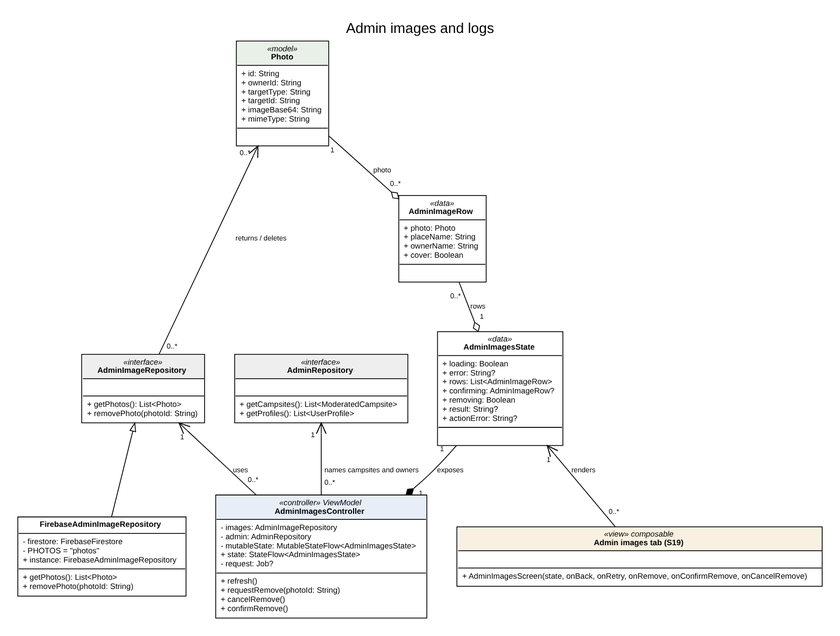
Earlier version of the Graphviz export doc/uml/admin_images_logs.png (CMPUT301F26-legion/legion-events). Its source is kept beside it as doc/uml/admin_images_logs.dot. The source it was exported from:
```dot
digraph G {
  graph [rankdir=BT fontname="Liberation Sans" nodesep=0.5 ranksep=0.7 dpi=110 pad=0.3
         label="Admin images and logs" labelloc=t fontsize=18];
  node  [shape=plain fontname="Liberation Sans" fontsize=10];
  edge  [fontname="Liberation Sans" fontsize=9 labeldistance=1.8 labelangle=35];

  Photo [label=<<TABLE BORDER="1" CELLBORDER="0" CELLSPACING="0" CELLPADDING="4"><TR><TD BGCOLOR="#e8f0e8"><I>«model»</I><BR/><B>Photo</B></TD></TR><TR><TD ALIGN="LEFT" BALIGN="LEFT" SIDES="T" BORDER="1">+ id: String<BR/>+ ownerId: String<BR/>+ targetType: String<BR/>+ targetId: String<BR/>+ imageBase64: String<BR/>+ mimeType: String</TD></TR><TR><TD ALIGN="LEFT" BALIGN="LEFT" SIDES="T" BORDER="1"> </TD></TR></TABLE>>];
  AdminRepository [label=<<TABLE BORDER="1" CELLBORDER="0" CELLSPACING="0" CELLPADDING="4"><TR><TD BGCOLOR="#eeeeee"><I>«interface»</I><BR/><B>AdminRepository</B></TD></TR><TR><TD ALIGN="LEFT" BALIGN="LEFT" SIDES="T" BORDER="1"> </TD></TR><TR><TD ALIGN="LEFT" BALIGN="LEFT" SIDES="T" BORDER="1">+ getCampsites(): List&lt;ModeratedCampsite&gt;<BR/>+ getProfiles(): List&lt;UserProfile&gt;</TD></TR></TABLE>>];
  AdminImageRepository [label=<<TABLE BORDER="1" CELLBORDER="0" CELLSPACING="0" CELLPADDING="4"><TR><TD BGCOLOR="#eeeeee"><I>«interface»</I><BR/><B>AdminImageRepository</B></TD></TR><TR><TD ALIGN="LEFT" BALIGN="LEFT" SIDES="T" BORDER="1"> </TD></TR><TR><TD ALIGN="LEFT" BALIGN="LEFT" SIDES="T" BORDER="1">+ getPhotos(): List&lt;Photo&gt;<BR/>+ removePhoto(photoId: String)</TD></TR></TABLE>>];
  FirebaseAdminImageRepository [label=<<TABLE BORDER="1" CELLBORDER="0" CELLSPACING="0" CELLPADDING="4"><TR><TD><B>FirebaseAdminImageRepository</B></TD></TR><TR><TD ALIGN="LEFT" BALIGN="LEFT" SIDES="T" BORDER="1">- firestore: FirebaseFirestore<BR/>- PHOTOS = "photos"<BR/>+ instance: FirebaseAdminImageRepository</TD></TR><TR><TD ALIGN="LEFT" BALIGN="LEFT" SIDES="T" BORDER="1">+ getPhotos(): List&lt;Photo&gt;<BR/>+ removePhoto(photoId: String)</TD></TR></TABLE>>];
  AdminImagesController [label=<<TABLE BORDER="1" CELLBORDER="0" CELLSPACING="0" CELLPADDING="4"><TR><TD BGCOLOR="#e8eef8"><I>«controller» ViewModel</I><BR/><B>AdminImagesController</B></TD></TR><TR><TD ALIGN="LEFT" BALIGN="LEFT" SIDES="T" BORDER="1">- images: AdminImageRepository<BR/>- admin: AdminRepository<BR/>- mutableState: MutableStateFlow&lt;AdminImagesState&gt;<BR/>+ state: StateFlow&lt;AdminImagesState&gt;<BR/>- request: Job?</TD></TR><TR><TD ALIGN="LEFT" BALIGN="LEFT" SIDES="T" BORDER="1">+ refresh()<BR/>+ requestRemove(photoId: String)<BR/>+ cancelRemove()<BR/>+ confirmRemove()</TD></TR></TABLE>>];
  AdminImagesState [label=<<TABLE BORDER="1" CELLBORDER="0" CELLSPACING="0" CELLPADDING="4"><TR><TD><I>«data»</I><BR/><B>AdminImagesState</B></TD></TR><TR><TD ALIGN="LEFT" BALIGN="LEFT" SIDES="T" BORDER="1">+ loading: Boolean<BR/>+ error: String?<BR/>+ rows: List&lt;AdminImageRow&gt;<BR/>+ confirming: AdminImageRow?<BR/>+ removing: Boolean<BR/>+ result: String?<BR/>+ actionError: String?</TD></TR><TR><TD ALIGN="LEFT" BALIGN="LEFT" SIDES="T" BORDER="1"> </TD></TR></TABLE>>];
  AdminImageRow [label=<<TABLE BORDER="1" CELLBORDER="0" CELLSPACING="0" CELLPADDING="4"><TR><TD><I>«data»</I><BR/><B>AdminImageRow</B></TD></TR><TR><TD ALIGN="LEFT" BALIGN="LEFT" SIDES="T" BORDER="1">+ photo: Photo<BR/>+ placeName: String<BR/>+ ownerName: String<BR/>+ cover: Boolean</TD></TR><TR><TD ALIGN="LEFT" BALIGN="LEFT" SIDES="T" BORDER="1"> </TD></TR></TABLE>>];
  ImagesView [label=<<TABLE BORDER="1" CELLBORDER="0" CELLSPACING="0" CELLPADDING="4"><TR><TD BGCOLOR="#f8f0e0"><I>«view» composable</I><BR/><B>Admin images tab (S19)</B></TD></TR><TR><TD ALIGN="LEFT" BALIGN="LEFT" SIDES="T" BORDER="1"> </TD></TR><TR><TD ALIGN="LEFT" BALIGN="LEFT" SIDES="T" BORDER="1">+ AdminImagesScreen(state, onBack, onRetry, onRemove, onConfirmRemove, onCancelRemove)</TD></TR></TABLE>>];
  FirebaseAdminImageRepository -> AdminImageRepository [arrowhead=onormal];
  AdminImageRepository -> Photo [arrowhead=vee label="returns / deletes" taillabel="0..*" headlabel="0..*"];
  AdminImagesController -> AdminImageRepository [arrowhead=vee label="uses" taillabel="0..*" headlabel="1"];
  AdminImagesController -> AdminRepository [arrowhead=vee label="names campsites and owners" taillabel="0..*" headlabel="1"];
  AdminImagesController -> AdminImagesState [dir=back arrowtail=diamond label="exposes" taillabel="1" headlabel="1"];
  AdminImagesState -> AdminImageRow [dir=back arrowtail=odiamond label="rows" taillabel="1" headlabel="0..*"];
  AdminImageRow -> Photo [dir=back arrowtail=odiamond label="photo" taillabel="0..*" headlabel="1"];
  ImagesView -> AdminImagesState [arrowhead=vee label="renders" taillabel="0..*" headlabel="1"];
}
```
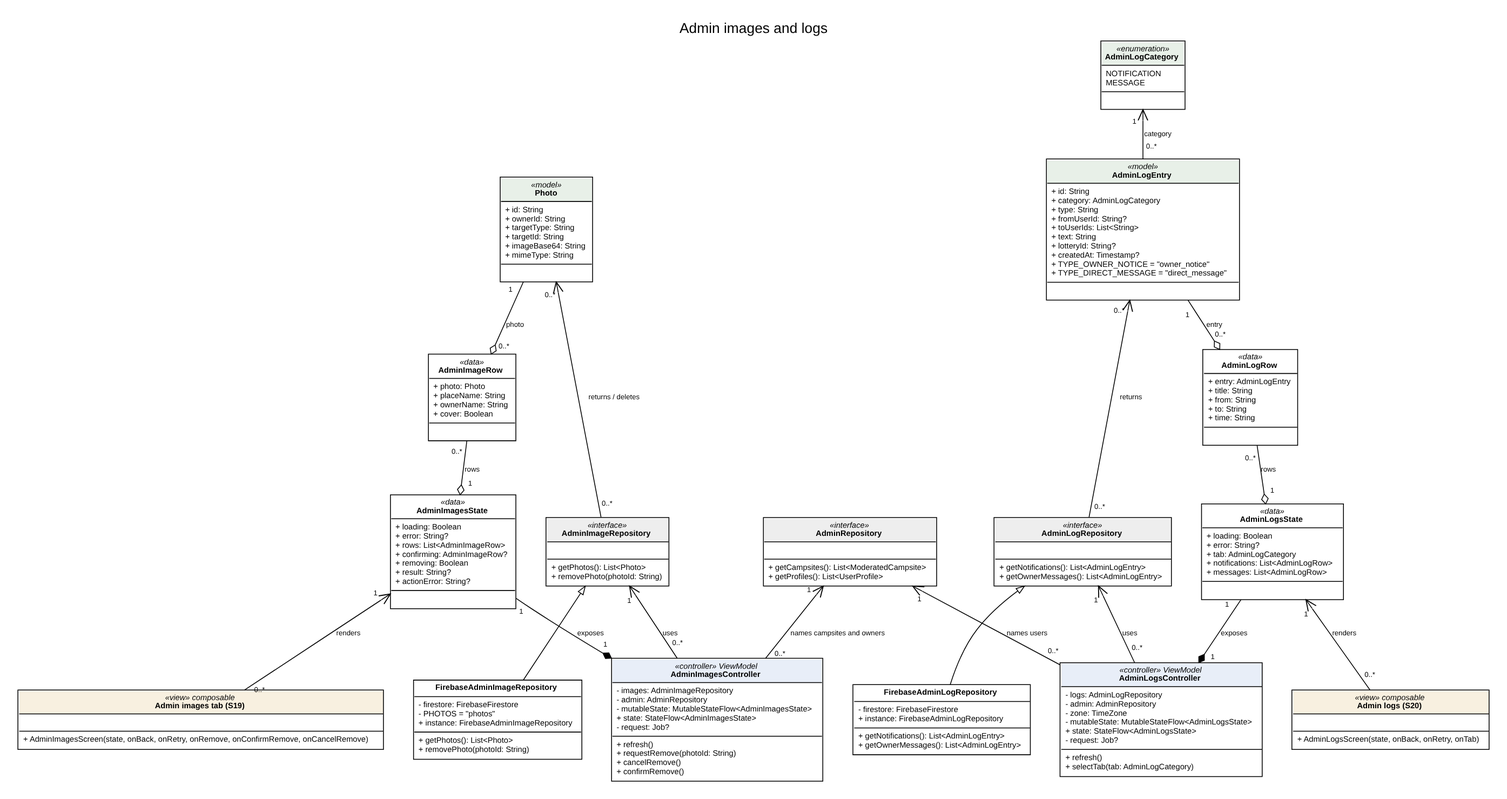
The same file after the commit.

Change to the diagram source:
```diff
@@ -20,4 +20,21 @@
   AdminImagesState -> AdminImageRow [dir=back arrowtail=odiamond label="rows" taillabel="1" headlabel="0..*"];
   AdminImageRow -> Photo [dir=back arrowtail=odiamond label="photo" taillabel="0..*" headlabel="1"];
   ImagesView -> AdminImagesState [arrowhead=vee label="renders" taillabel="0..*" headlabel="1"];
+  AdminLogCategory [label=<<TABLE BORDER="1" CELLBORDER="0" CELLSPACING="0" CELLPADDING="4"><TR><TD BGCOLOR="#e8f0e8"><I>«enumeration»</I><BR/><B>AdminLogCategory</B></TD></TR><TR><TD ALIGN="LEFT" BALIGN="LEFT" SIDES="T" BORDER="1">NOTIFICATION<BR/>MESSAGE</TD></TR><TR><TD ALIGN="LEFT" BALIGN="LEFT" SIDES="T" BORDER="1"> </TD></TR></TABLE>>];
+  AdminLogEntry [label=<<TABLE BORDER="1" CELLBORDER="0" CELLSPACING="0" CELLPADDING="4"><TR><TD BGCOLOR="#e8f0e8"><I>«model»</I><BR/><B>AdminLogEntry</B></TD></TR><TR><TD ALIGN="LEFT" BALIGN="LEFT" SIDES="T" BORDER="1">+ id: String<BR/>+ category: AdminLogCategory<BR/>+ type: String<BR/>+ fromUserId: String?<BR/>+ toUserIds: List&lt;String&gt;<BR/>+ text: String<BR/>+ lotteryId: String?<BR/>+ createdAt: Timestamp?<BR/>+ TYPE_OWNER_NOTICE = "owner_notice"<BR/>+ TYPE_DIRECT_MESSAGE = "direct_message"</TD></TR><TR><TD ALIGN="LEFT" BALIGN="LEFT" SIDES="T" BORDER="1"> </TD></TR></TABLE>>];
+  AdminLogRepository [label=<<TABLE BORDER="1" CELLBORDER="0" CELLSPACING="0" CELLPADDING="4"><TR><TD BGCOLOR="#eeeeee"><I>«interface»</I><BR/><B>AdminLogRepository</B></TD></TR><TR><TD ALIGN="LEFT" BALIGN="LEFT" SIDES="T" BORDER="1"> </TD></TR><TR><TD ALIGN="LEFT" BALIGN="LEFT" SIDES="T" BORDER="1">+ getNotifications(): List&lt;AdminLogEntry&gt;<BR/>+ getOwnerMessages(): List&lt;AdminLogEntry&gt;</TD></TR></TABLE>>];
+  FirebaseAdminLogRepository [label=<<TABLE BORDER="1" CELLBORDER="0" CELLSPACING="0" CELLPADDING="4"><TR><TD><B>FirebaseAdminLogRepository</B></TD></TR><TR><TD ALIGN="LEFT" BALIGN="LEFT" SIDES="T" BORDER="1">- firestore: FirebaseFirestore<BR/>+ instance: FirebaseAdminLogRepository</TD></TR><TR><TD ALIGN="LEFT" BALIGN="LEFT" SIDES="T" BORDER="1">+ getNotifications(): List&lt;AdminLogEntry&gt;<BR/>+ getOwnerMessages(): List&lt;AdminLogEntry&gt;</TD></TR></TABLE>>];
+  AdminLogsController [label=<<TABLE BORDER="1" CELLBORDER="0" CELLSPACING="0" CELLPADDING="4"><TR><TD BGCOLOR="#e8eef8"><I>«controller» ViewModel</I><BR/><B>AdminLogsController</B></TD></TR><TR><TD ALIGN="LEFT" BALIGN="LEFT" SIDES="T" BORDER="1">- logs: AdminLogRepository<BR/>- admin: AdminRepository<BR/>- zone: TimeZone<BR/>- mutableState: MutableStateFlow&lt;AdminLogsState&gt;<BR/>+ state: StateFlow&lt;AdminLogsState&gt;<BR/>- request: Job?</TD></TR><TR><TD ALIGN="LEFT" BALIGN="LEFT" SIDES="T" BORDER="1">+ refresh()<BR/>+ selectTab(tab: AdminLogCategory)</TD></TR></TABLE>>];
+  AdminLogsState [label=<<TABLE BORDER="1" CELLBORDER="0" CELLSPACING="0" CELLPADDING="4"><TR><TD><I>«data»</I><BR/><B>AdminLogsState</B></TD></TR><TR><TD ALIGN="LEFT" BALIGN="LEFT" SIDES="T" BORDER="1">+ loading: Boolean<BR/>+ error: String?<BR/>+ tab: AdminLogCategory<BR/>+ notifications: List&lt;AdminLogRow&gt;<BR/>+ messages: List&lt;AdminLogRow&gt;</TD></TR><TR><TD ALIGN="LEFT" BALIGN="LEFT" SIDES="T" BORDER="1"> </TD></TR></TABLE>>];
+  AdminLogRow [label=<<TABLE BORDER="1" CELLBORDER="0" CELLSPACING="0" CELLPADDING="4"><TR><TD><I>«data»</I><BR/><B>AdminLogRow</B></TD></TR><TR><TD ALIGN="LEFT" BALIGN="LEFT" SIDES="T" BORDER="1">+ entry: AdminLogEntry<BR/>+ title: String<BR/>+ from: String<BR/>+ to: String<BR/>+ time: String</TD></TR><TR><TD ALIGN="LEFT" BALIGN="LEFT" SIDES="T" BORDER="1"> </TD></TR></TABLE>>];
+  LogsView [label=<<TABLE BORDER="1" CELLBORDER="0" CELLSPACING="0" CELLPADDING="4"><TR><TD BGCOLOR="#f8f0e0"><I>«view» composable</I><BR/><B>Admin logs (S20)</B></TD></TR><TR><TD ALIGN="LEFT" BALIGN="LEFT" SIDES="T" BORDER="1"> </TD></TR><TR><TD ALIGN="LEFT" BALIGN="LEFT" SIDES="T" BORDER="1">+ AdminLogsScreen(state, onBack, onRetry, onTab)</TD></TR></TABLE>>];
+  FirebaseAdminLogRepository -> AdminLogRepository [arrowhead=onormal];
+  AdminLogRepository -> AdminLogEntry [arrowhead=vee label="returns" taillabel="0..*" headlabel="0..*"];
+  AdminLogEntry -> AdminLogCategory [arrowhead=vee label="category" taillabel="0..*" headlabel="1"];
+  AdminLogsController -> AdminLogRepository [arrowhead=vee label="uses" taillabel="0..*" headlabel="1"];
+  AdminLogsController -> AdminRepository [arrowhead=vee label="names users" taillabel="0..*" headlabel="1"];
+  AdminLogsController -> AdminLogsState [dir=back arrowtail=diamond label="exposes" taillabel="1" headlabel="1"];
+  AdminLogsState -> AdminLogRow [dir=back arrowtail=odiamond label="rows" taillabel="1" headlabel="0..*"];
+  AdminLogRow -> AdminLogEntry [dir=back arrowtail=odiamond label="entry" taillabel="0..*" headlabel="1"];
+  LogsView -> AdminLogsState [arrowhead=vee label="renders" taillabel="0..*" headlabel="1"];
 }
```
